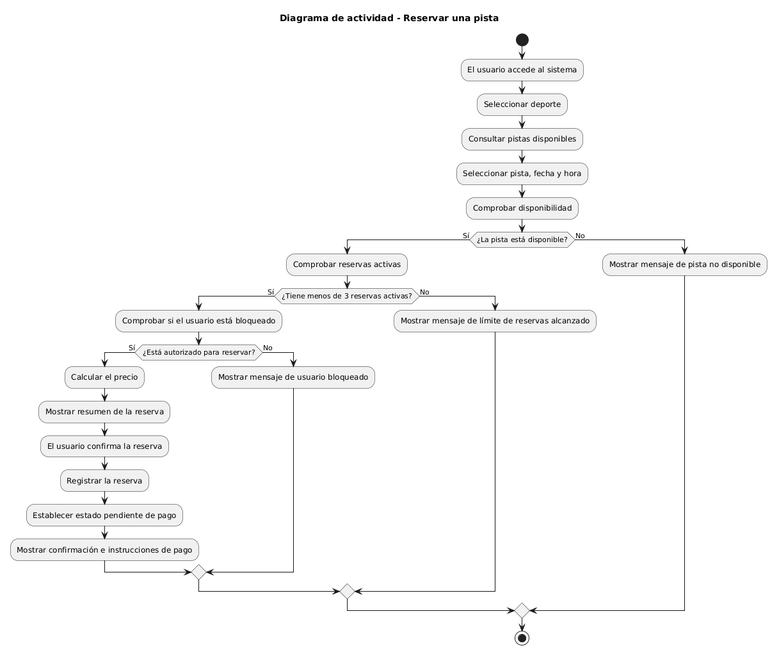
The PlantUML diagram diagrams/activity-booking.png in Ona-DevCom/5.T1-omar-bejaji, before a commit.
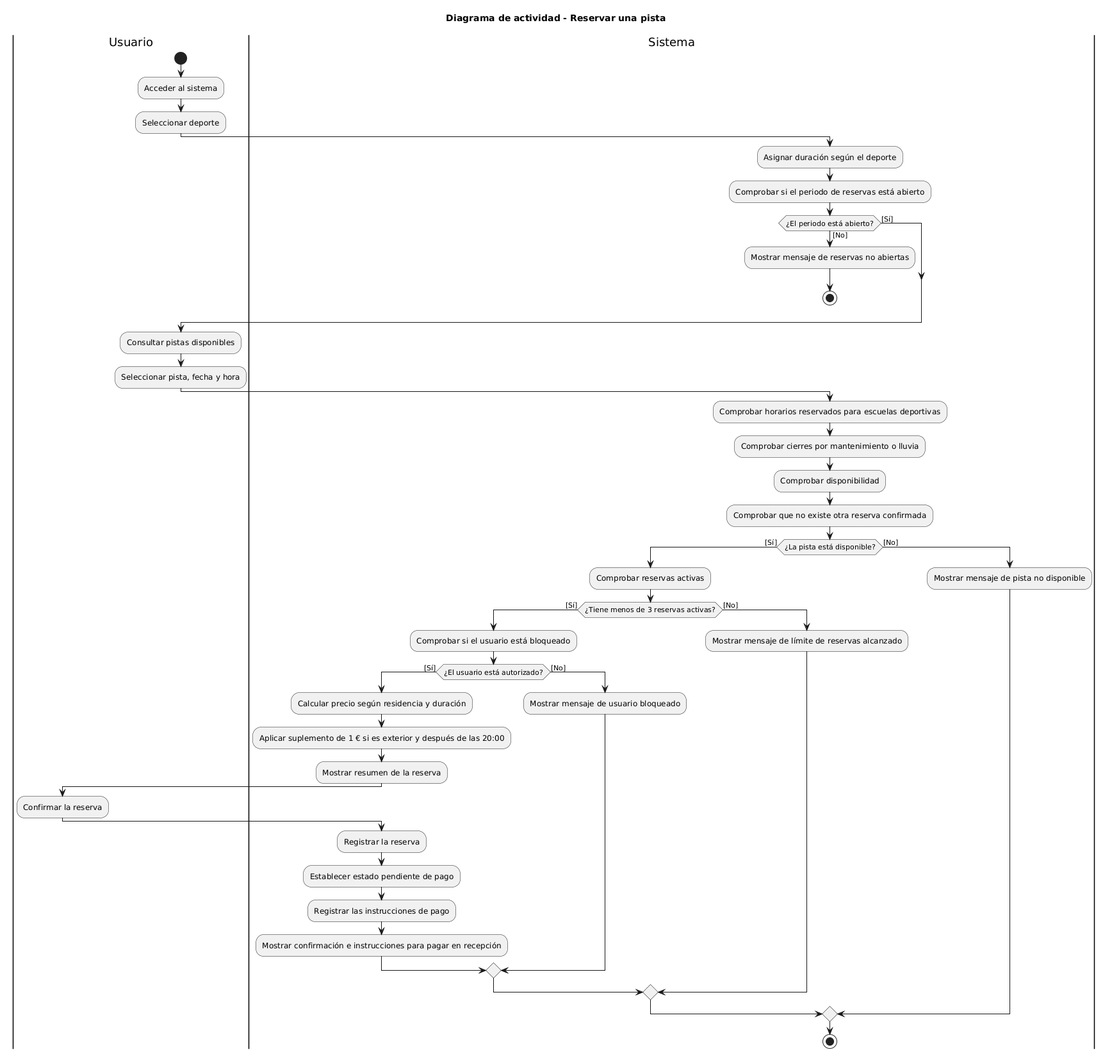
Above is the later version.

Diff of the diagram source:
```diff
@@ -1,56 +1,64 @@
 @startuml
 title Diagrama de actividad - Reservar una pista
 
+|Usuario|
 start
-
-:El usuario accede al sistema;
-
+:Acceder al sistema;
 :Seleccionar deporte;
 
+|Sistema|
+:Asignar duración según el deporte;
+:Comprobar si el periodo de reservas está abierto;
+
+if (¿El periodo está abierto?) then ([Sí])
+else ([No])
+    :Mostrar mensaje de reservas no abiertas;
+    stop
+endif
+
+|Usuario|
 :Consultar pistas disponibles;
-
 :Seleccionar pista, fecha y hora;
 
+|Sistema|
+:Comprobar horarios reservados para escuelas deportivas;
+:Comprobar cierres por mantenimiento o lluvia;
 :Comprobar disponibilidad;
+:Comprobar que no existe otra reserva confirmada;
 
-if (¿La pista está disponible?) then (Sí)
+if (¿La pista está disponible?) then ([Sí])
 
-  :Comprobar reservas activas;
+    :Comprobar reservas activas;
 
-  if (¿Tiene menos de 3 reservas activas?) then (Sí)
+    if (¿Tiene menos de 3 reservas activas?) then ([Sí])
 
-    :Comprobar si el usuario está bloqueado;
+        :Comprobar si el usuario está bloqueado;
 
-    if (¿Está autorizado para reservar?) then (Sí)
+        if (¿El usuario está autorizado?) then ([Sí])
 
-      :Calcular el precio;
+            :Calcular precio según residencia y duración;
+            :Aplicar suplemento de 1 € si es exterior y después de las 20:00;
+            :Mostrar resumen de la reserva;
 
-      :Mostrar resumen de la reserva;
+            |Usuario|
+            :Confirmar la reserva;
 
-      :El usuario confirma la reserva;
+            |Sistema|
+            :Registrar la reserva;
+            :Establecer estado pendiente de pago;
+            :Registrar las instrucciones de pago;
+            :Mostrar confirmación e instrucciones para pagar en recepción;
 
-      :Registrar la reserva;
+        else ([No])
+            :Mostrar mensaje de usuario bloqueado;
+        endif
 
-      :Establecer estado pendiente de pago;
-
-      :Mostrar confirmación e instrucciones de pago;
-
-    else (No)
-
-      :Mostrar mensaje de usuario bloqueado;
-
+    else ([No])
+        :Mostrar mensaje de límite de reservas alcanzado;
     endif
 
-  else (No)
-
-    :Mostrar mensaje de límite de reservas alcanzado;
-
-  endif
-
-else (No)
-
-  :Mostrar mensaje de pista no disponible;
-
+else ([No])
+    :Mostrar mensaje de pista no disponible;
 endif
 
 stop
```
